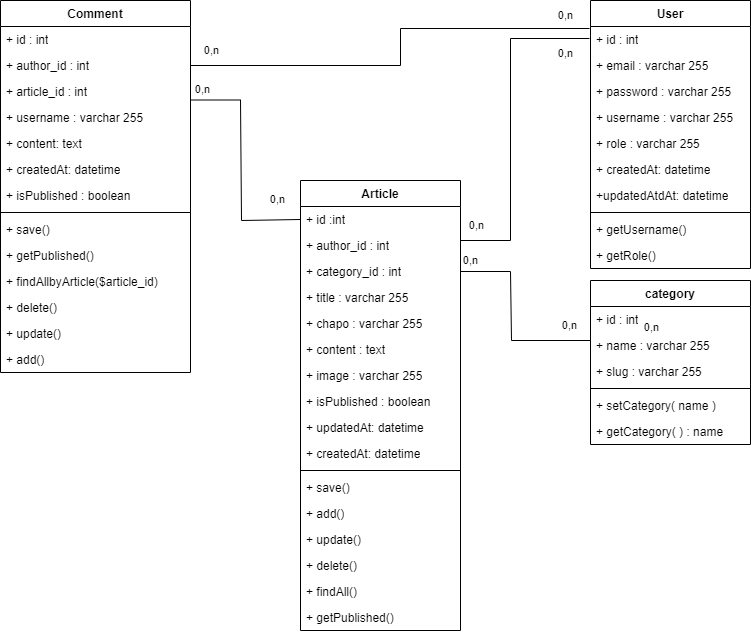
This is Diagrammes/Class_blog.drawio.png from GaetanLgt/blog-oc, a draw.io export, as it was before one commit. Source tidied: cells renumbered, new cells last; positions are measured from the earlier drawing's top-left corner, leaving out a move shared by most shapes.
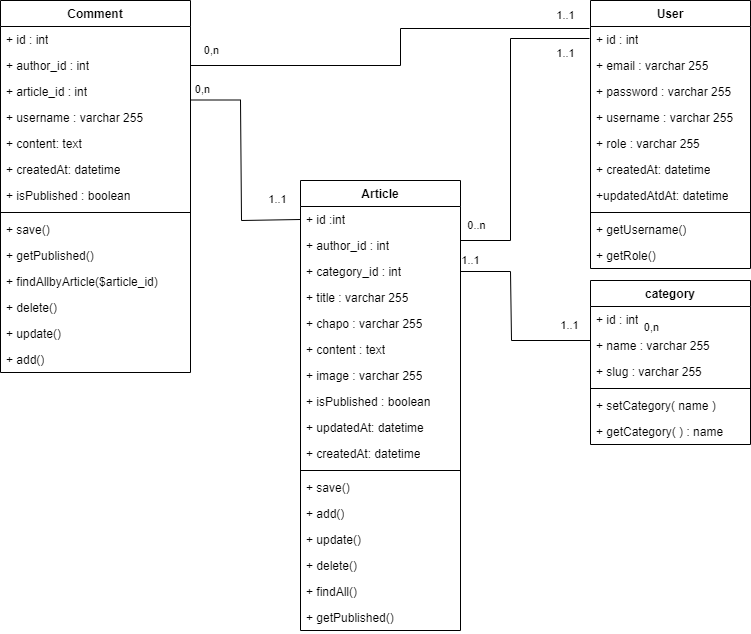
Above is the later version.

Change to the diagram source:
```diff
@@ -163,18 +163,18 @@
         </Array>
       </mxGeometry>
     </mxCell>
-    <mxCell id="54" value="0,n" style="edgeLabel;html=1;align=center;verticalAlign=middle;" parent="53" vertex="1">
+    <mxCell id="54" value="1..1" style="edgeLabel;html=1;align=center;verticalAlign=middle;" parent="53" vertex="1">
       <mxGeometry x="0.28" y="-3" relative="1" as="geometry">
         <mxPoint x="132" y="-17" as="offset" />
       </mxGeometry>
     </mxCell>
-    <mxCell id="55" value="0,n" style="edgeLabel;html=1;align=center;verticalAlign=middle;" parent="1" vertex="1">
+    <mxCell id="55" value="1..1" style="edgeLabel;html=1;align=center;verticalAlign=middle;" parent="1" vertex="1">
       <mxGeometry x="575" y="24" as="geometry">
         <mxPoint x="-10" y="28" as="offset" />
       </mxGeometry>
     </mxCell>
-    <mxCell id="56" value="0,n" style="endArrow=none;html=1;rounded=0;entryX=-0.006;entryY=0.077;entryDx=0;entryDy=0;entryPerimeter=0;" parent="1" edge="1">
-      <mxGeometry x="-0.91" y="15" relative="1" as="geometry">
+    <mxCell id="56" value="0..n" style="endArrow=none;html=1;rounded=0;entryX=-0.006;entryY=0.077;entryDx=0;entryDy=0;entryPerimeter=0;" parent="1" edge="1">
+      <mxGeometry x="-0.9" y="15" relative="1" as="geometry">
         <mxPoint x="460" y="240" as="sourcePoint" />
         <mxPoint x="589" y="38" as="targetPoint" />
         <Array as="points">
@@ -183,7 +183,7 @@
         </Array>
       </mxGeometry>
     </mxCell>
-    <mxCell id="57" value="0,n" style="endArrow=none;html=1;rounded=0;entryX=-0.006;entryY=0.077;entryDx=0;entryDy=0;entryPerimeter=0;exitX=1;exitY=0.5;exitDx=0;exitDy=0;" parent="1" edge="1" source="38">
+    <mxCell id="57" value="1..1" style="endArrow=none;html=1;rounded=0;entryX=-0.006;entryY=0.077;entryDx=0;entryDy=0;entryPerimeter=0;exitX=1;exitY=0.5;exitDx=0;exitDy=0;" parent="1" edge="1" source="38">
       <mxGeometry x="-0.9" y="11" relative="1" as="geometry">
         <mxPoint x="590" y="340" as="targetPoint" />
         <Array as="points">
@@ -197,12 +197,12 @@
         <mxPoint x="132" y="-17" as="offset" />
       </mxGeometry>
     </mxCell>
-    <mxCell id="59" value="0,n" style="edgeLabel;html=1;align=center;verticalAlign=middle;" parent="1" vertex="1">
+    <mxCell id="59" value="1..1" style="edgeLabel;html=1;align=center;verticalAlign=middle;" parent="1" vertex="1">
       <mxGeometry x="590" y="24" as="geometry">
         <mxPoint x="-21" y="300" as="offset" />
       </mxGeometry>
     </mxCell>
-    <mxCell id="60" value="0,n" style="edgeLabel;html=1;align=center;verticalAlign=middle;" parent="1" vertex="1">
+    <mxCell id="60" value="1..1" style="edgeLabel;html=1;align=center;verticalAlign=middle;" parent="1" vertex="1">
       <mxGeometry x="575" y="10" as="geometry">
         <mxPoint x="-298" y="188" as="offset" />
       </mxGeometry>
```
